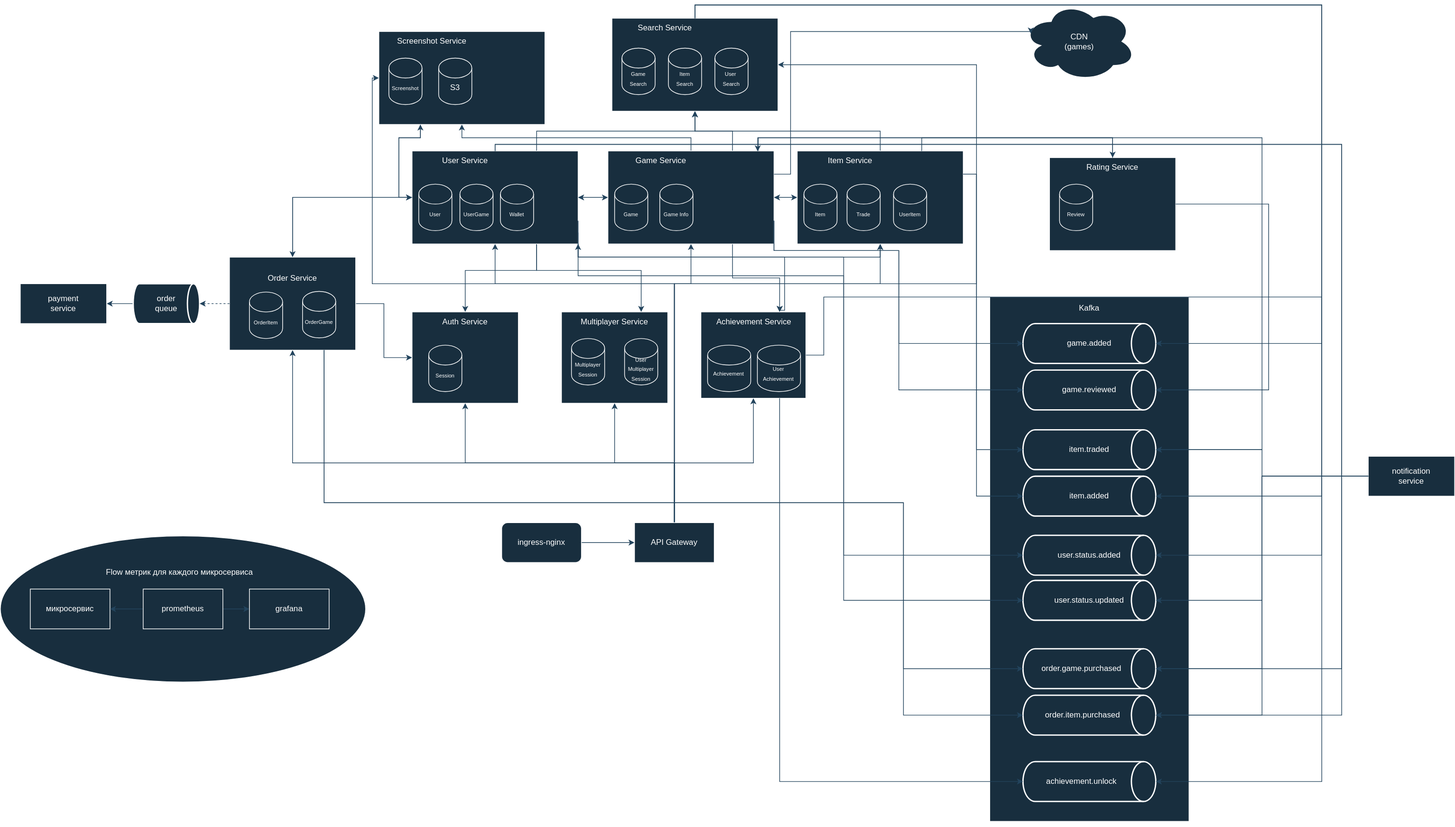
The draw.io diagram imgs/steam-scheme.svg in MatiXxD/tp-highload-steam, before a commit. Source tidied: cells renumbered, new cells last; positions are measured from the earlier drawing's top-left corner, leaving out a move shared by most shapes.
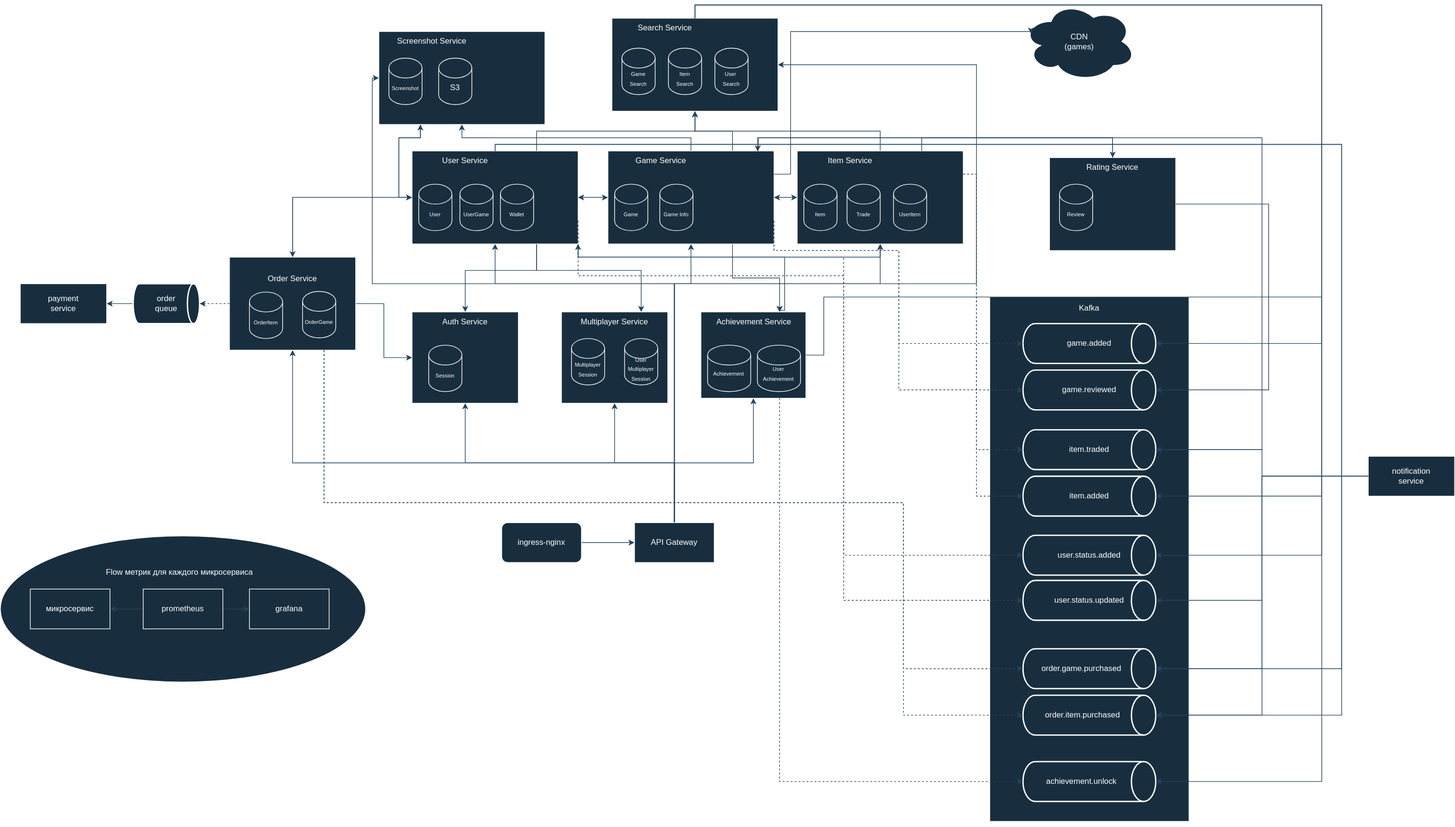
After the change.

Diff of the diagram source:
```diff
@@ -383,7 +383,7 @@
     <mxCell id="105" value="user.status.updated" style="strokeWidth=2;html=1;shape=mxgraph.flowchart.direct_data;whiteSpace=wrap;labelBackgroundColor=none;fillColor=#182E3E;strokeColor=#FFFFFF;fontColor=#FFFFFF;" parent="1" vertex="1">
       <mxGeometry x="1540" y="872" width="200" height="60" as="geometry" />
     </mxCell>
-    <mxCell id="106" style="edgeStyle=orthogonalEdgeStyle;rounded=0;jettySize=auto;html=1;exitX=1;exitY=0.75;exitDx=0;exitDy=0;entryX=0;entryY=0.5;entryDx=0;entryDy=0;entryPerimeter=0;labelBackgroundColor=none;strokeColor=#23445D;fontColor=default;" parent="1" edge="1" target="105">
+    <mxCell id="106" style="edgeStyle=orthogonalEdgeStyle;rounded=0;jettySize=auto;html=1;exitX=1;exitY=0.75;exitDx=0;exitDy=0;entryX=0;entryY=0.5;entryDx=0;entryDy=0;entryPerimeter=0;labelBackgroundColor=none;strokeColor=#23445D;fontColor=default;dashed=1;" parent="1" edge="1" target="105">
       <mxGeometry relative="1" as="geometry">
         <mxPoint x="870" y="348" as="sourcePoint" />
         <Array as="points">
@@ -408,7 +408,7 @@
         </Array>
       </mxGeometry>
     </mxCell>
-    <mxCell id="110" style="edgeStyle=orthogonalEdgeStyle;rounded=0;jettySize=auto;html=1;exitX=1;exitY=0.75;exitDx=0;exitDy=0;entryX=0;entryY=0.5;entryDx=0;entryDy=0;entryPerimeter=0;labelBackgroundColor=none;strokeColor=#23445D;fontColor=default;" parent="1" edge="1" source="31" target="107">
+    <mxCell id="110" style="edgeStyle=orthogonalEdgeStyle;rounded=0;jettySize=auto;html=1;exitX=1;exitY=0.75;exitDx=0;exitDy=0;entryX=0;entryY=0.5;entryDx=0;entryDy=0;entryPerimeter=0;labelBackgroundColor=none;strokeColor=#23445D;fontColor=default;dashed=1;" parent="1" edge="1" source="31" target="107">
       <mxGeometry relative="1" as="geometry">
         <Array as="points">
           <mxPoint x="1165" y="375" />
@@ -417,7 +417,7 @@
         </Array>
       </mxGeometry>
     </mxCell>
-    <mxCell id="111" style="edgeStyle=orthogonalEdgeStyle;rounded=0;jettySize=auto;html=1;exitX=1;exitY=0.75;exitDx=0;exitDy=0;entryX=0;entryY=0.5;entryDx=0;entryDy=0;entryPerimeter=0;labelBackgroundColor=none;strokeColor=#23445D;fontColor=default;" parent="1" edge="1" source="31" target="108">
+    <mxCell id="111" style="edgeStyle=orthogonalEdgeStyle;rounded=0;jettySize=auto;html=1;exitX=1;exitY=0.75;exitDx=0;exitDy=0;entryX=0;entryY=0.5;entryDx=0;entryDy=0;entryPerimeter=0;labelBackgroundColor=none;strokeColor=#23445D;fontColor=default;dashed=1;" parent="1" edge="1" source="31" target="108">
       <mxGeometry relative="1" as="geometry">
         <Array as="points">
           <mxPoint x="1165" y="375" />
@@ -540,7 +540,7 @@
         </Array>
       </mxGeometry>
     </mxCell>
-    <mxCell id="135" style="edgeStyle=orthogonalEdgeStyle;rounded=0;jettySize=auto;html=1;entryX=0;entryY=0.5;entryDx=0;entryDy=0;entryPerimeter=0;labelBackgroundColor=none;strokeColor=#23445D;fontColor=default;" parent="1" edge="1" target="119">
+    <mxCell id="135" style="edgeStyle=orthogonalEdgeStyle;rounded=0;jettySize=auto;html=1;entryX=0;entryY=0.5;entryDx=0;entryDy=0;entryPerimeter=0;labelBackgroundColor=none;strokeColor=#23445D;fontColor=default;dashed=1;" parent="1" edge="1" target="119">
       <mxGeometry relative="1" as="geometry">
         <mxPoint x="1450" y="260" as="sourcePoint" />
         <Array as="points">
@@ -549,7 +549,7 @@
         </Array>
       </mxGeometry>
     </mxCell>
-    <mxCell id="136" style="edgeStyle=orthogonalEdgeStyle;rounded=0;jettySize=auto;html=1;exitX=1;exitY=0.25;exitDx=0;exitDy=0;entryX=0;entryY=0.5;entryDx=0;entryDy=0;entryPerimeter=0;labelBackgroundColor=none;strokeColor=#23445D;fontColor=default;" parent="1" edge="1" source="40" target="120">
+    <mxCell id="136" style="edgeStyle=orthogonalEdgeStyle;rounded=0;jettySize=auto;html=1;exitX=1;exitY=0.25;exitDx=0;exitDy=0;entryX=0;entryY=0.5;entryDx=0;entryDy=0;entryPerimeter=0;labelBackgroundColor=none;strokeColor=#23445D;fontColor=default;dashed=1;" parent="1" edge="1" source="40" target="120">
       <mxGeometry relative="1" as="geometry">
         <Array as="points">
           <mxPoint x="1470" y="260" />
@@ -557,7 +557,7 @@
         </Array>
       </mxGeometry>
     </mxCell>
-    <mxCell id="137" style="edgeStyle=orthogonalEdgeStyle;rounded=0;jettySize=auto;html=1;exitX=1;exitY=0.75;exitDx=0;exitDy=0;entryX=0;entryY=0.5;entryDx=0;entryDy=0;entryPerimeter=0;labelBackgroundColor=none;strokeColor=#23445D;fontColor=default;" parent="1" edge="1" source="9" target="122">
+    <mxCell id="137" style="edgeStyle=orthogonalEdgeStyle;rounded=0;jettySize=auto;html=1;exitX=1;exitY=0.75;exitDx=0;exitDy=0;entryX=0;entryY=0.5;entryDx=0;entryDy=0;entryPerimeter=0;labelBackgroundColor=none;strokeColor=#23445D;fontColor=default;dashed=1;" parent="1" edge="1" source="9" target="122">
       <mxGeometry relative="1" as="geometry">
         <Array as="points">
           <mxPoint x="870" y="385" />
@@ -566,7 +566,7 @@
         </Array>
       </mxGeometry>
     </mxCell>
-    <mxCell id="138" style="edgeStyle=orthogonalEdgeStyle;rounded=0;jettySize=auto;html=1;exitX=0.75;exitY=1;exitDx=0;exitDy=0;entryX=0;entryY=0.5;entryDx=0;entryDy=0;entryPerimeter=0;labelBackgroundColor=none;strokeColor=#23445D;fontColor=default;" parent="1" edge="1" source="52" target="126">
+    <mxCell id="138" style="edgeStyle=orthogonalEdgeStyle;rounded=0;jettySize=auto;html=1;exitX=0.75;exitY=1;exitDx=0;exitDy=0;entryX=0;entryY=0.5;entryDx=0;entryDy=0;entryPerimeter=0;labelBackgroundColor=none;strokeColor=#23445D;fontColor=default;dashed=1;" parent="1" edge="1" source="52" target="126">
       <mxGeometry relative="1" as="geometry">
         <Array as="points">
           <mxPoint x="488" y="755" />
@@ -575,7 +575,7 @@
         </Array>
       </mxGeometry>
     </mxCell>
-    <mxCell id="139" style="edgeStyle=orthogonalEdgeStyle;rounded=0;jettySize=auto;html=1;exitX=0.75;exitY=1;exitDx=0;exitDy=0;entryX=0;entryY=0.5;entryDx=0;entryDy=0;entryPerimeter=0;labelBackgroundColor=none;strokeColor=#23445D;fontColor=default;" parent="1" edge="1" source="52" target="127">
+    <mxCell id="139" style="edgeStyle=orthogonalEdgeStyle;rounded=0;jettySize=auto;html=1;exitX=0.75;exitY=1;exitDx=0;exitDy=0;entryX=0;entryY=0.5;entryDx=0;entryDy=0;entryPerimeter=0;labelBackgroundColor=none;strokeColor=#23445D;fontColor=default;dashed=1;" parent="1" edge="1" source="52" target="127">
       <mxGeometry relative="1" as="geometry">
         <Array as="points">
           <mxPoint x="488" y="755" />
@@ -584,7 +584,7 @@
         </Array>
       </mxGeometry>
     </mxCell>
-    <mxCell id="140" style="edgeStyle=orthogonalEdgeStyle;rounded=0;jettySize=auto;html=1;exitX=0.75;exitY=1;exitDx=0;exitDy=0;entryX=0;entryY=0.5;entryDx=0;entryDy=0;entryPerimeter=0;labelBackgroundColor=none;strokeColor=#23445D;fontColor=default;" parent="1" edge="1" source="46" target="133">
+    <mxCell id="140" style="edgeStyle=orthogonalEdgeStyle;rounded=0;jettySize=auto;html=1;exitX=0.75;exitY=1;exitDx=0;exitDy=0;entryX=0;entryY=0.5;entryDx=0;entryDy=0;entryPerimeter=0;labelBackgroundColor=none;strokeColor=#23445D;fontColor=default;dashed=1;" parent="1" edge="1" source="46" target="133">
       <mxGeometry relative="1" as="geometry" />
     </mxCell>
     <mxCell id="141" style="shape=cylinder3;whiteSpace=wrap;html=1;boundedLbl=1;backgroundOutline=1;size=15;labelBackgroundColor=none;fillColor=#182E3E;strokeColor=#FFFFFF;fontColor=#FFFFFF;" parent="1" vertex="1">
```
